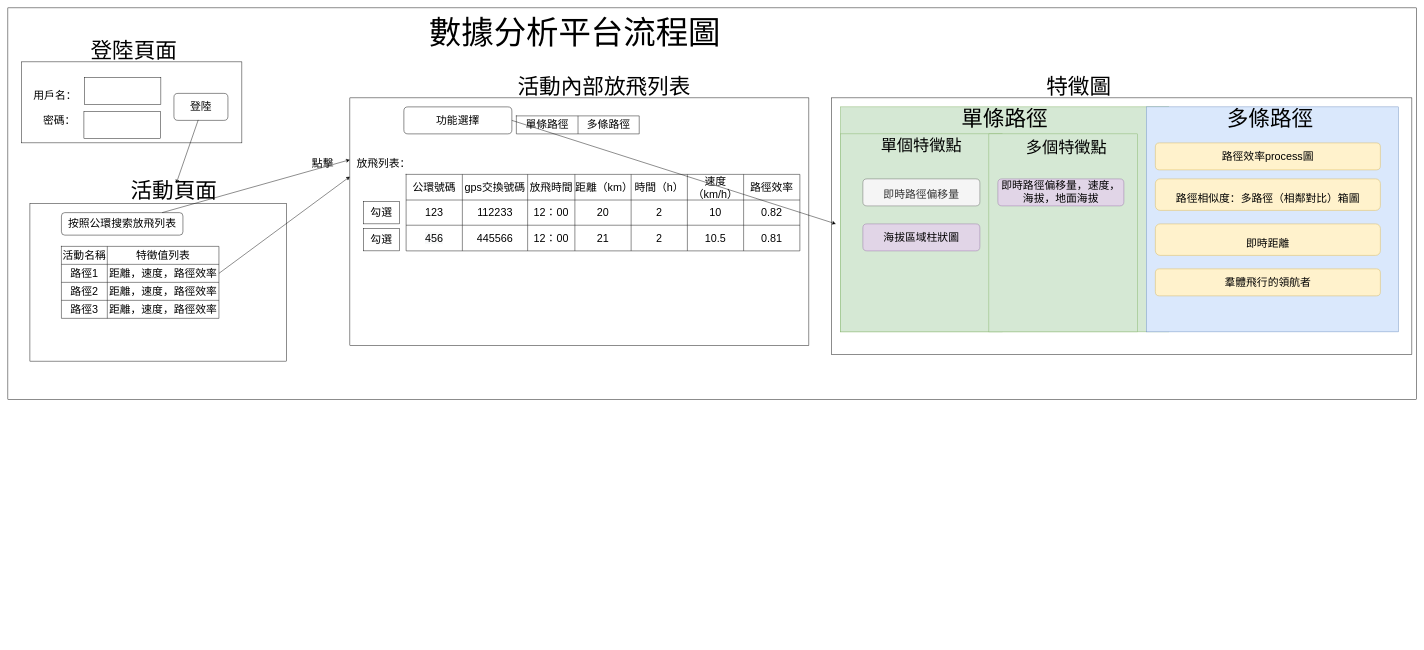
pengzhen80/PigeonRace keeps this draw.io diagram as page "數據分析平台-流程圖" (10 of 18) of gpsDataAnalysisFunctionDesion.drawio. Above is the earlier version. Source tidied: cells renumbered, new cells numbered last; positions are measured from the earlier drawing's top-left corner, leaving out a move shared by most shapes. Both pictures are drawn from the tidied source at 45%, with x=0, y=0 at pixel (8, 8).
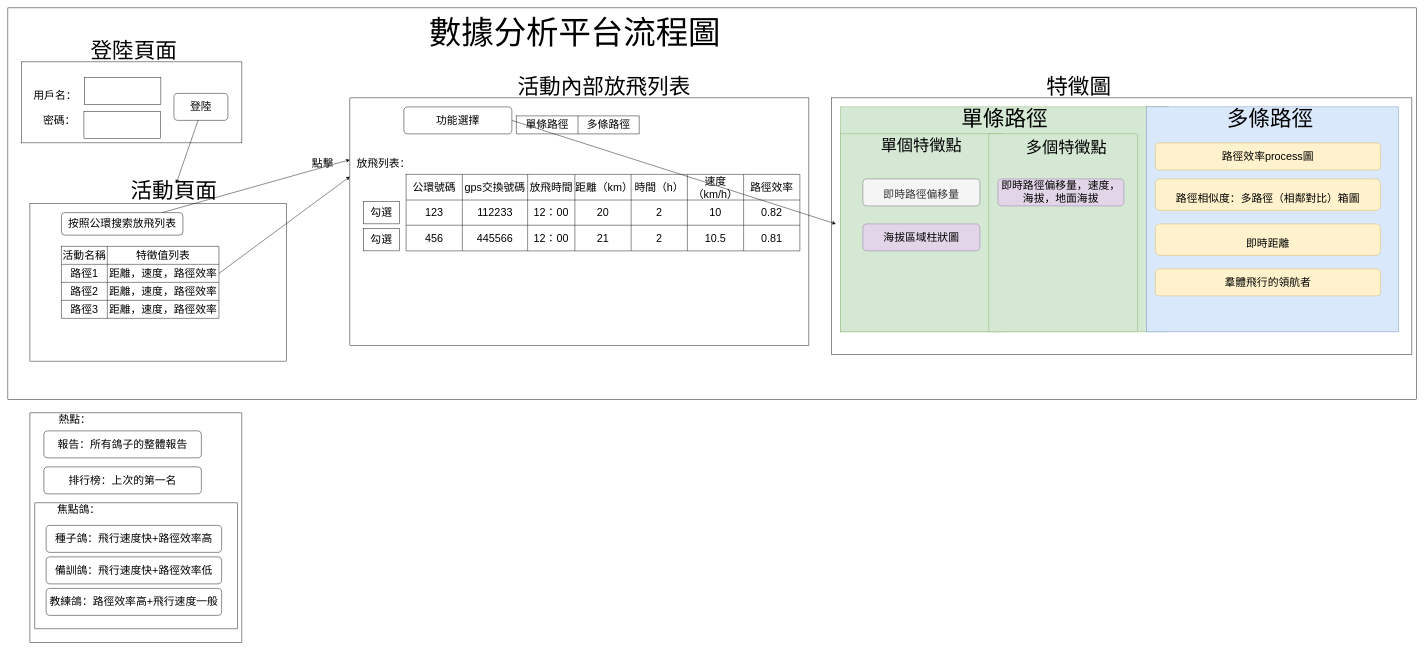
Above is the later version.

Change to the diagram source:
```diff
@@
+    <mxCell id="84" style="rounded=0;whiteSpace=wrap;html=1;fontSize=24;" parent="1" vertex="1">
+      <mxGeometry x="49" y="900" width="471" height="510" as="geometry" />
+    </mxCell>
+    <mxCell id="85" style="rounded=0;whiteSpace=wrap;html=1;fontSize=24;" parent="1" vertex="1">
+      <mxGeometry x="60" y="1100" width="450" height="280" as="geometry" />
+    </mxCell>
@@
+    <mxCell id="86" value="熱點：" style="text;html=1;strokeColor=none;fillColor=none;align=center;verticalAlign=middle;whiteSpace=wrap;rounded=0;fontSize=24;" parent="1" vertex="1">
+      <mxGeometry x="49" y="900" width="200" height="30" as="geometry" />
+    </mxCell>
+    <mxCell id="87" value="報告：所有鴿子的整體報告" style="rounded=1;whiteSpace=wrap;html=1;fontSize=24;" parent="1" vertex="1">
+      <mxGeometry x="80" y="940" width="350" height="60" as="geometry" />
+    </mxCell>
+    <mxCell id="88" value="排行榜：上次的第一名" style="rounded=1;whiteSpace=wrap;html=1;fontSize=24;" parent="1" vertex="1">
+      <mxGeometry x="80" y="1020" width="350" height="60" as="geometry" />
+    </mxCell>
+    <mxCell id="89" value="種子鴿：飛行速度快+路徑效率高" style="rounded=1;whiteSpace=wrap;html=1;fontSize=24;" parent="1" vertex="1">
+      <mxGeometry x="85" y="1150" width="390" height="60" as="geometry" />
+    </mxCell>
+    <mxCell id="90" value="備訓鴿：飛行速度快+路徑效率低" style="rounded=1;whiteSpace=wrap;html=1;fontSize=24;" parent="1" vertex="1">
+      <mxGeometry x="85" y="1220" width="390" height="60" as="geometry" />
+    </mxCell>
+    <mxCell id="91" value="教練鴿：路徑效率高+飛行速度一般" style="rounded=1;whiteSpace=wrap;html=1;fontSize=24;" parent="1" vertex="1">
+      <mxGeometry x="85" y="1290" width="390" height="60" as="geometry" />
+    </mxCell>
+    <mxCell id="92" value="焦點鴿：" style="text;html=1;strokeColor=none;fillColor=none;align=center;verticalAlign=middle;whiteSpace=wrap;rounded=0;fontSize=24;" parent="1" vertex="1">
+      <mxGeometry x="85" y="1100" width="145" height="30" as="geometry" />
+    </mxCell>
```
